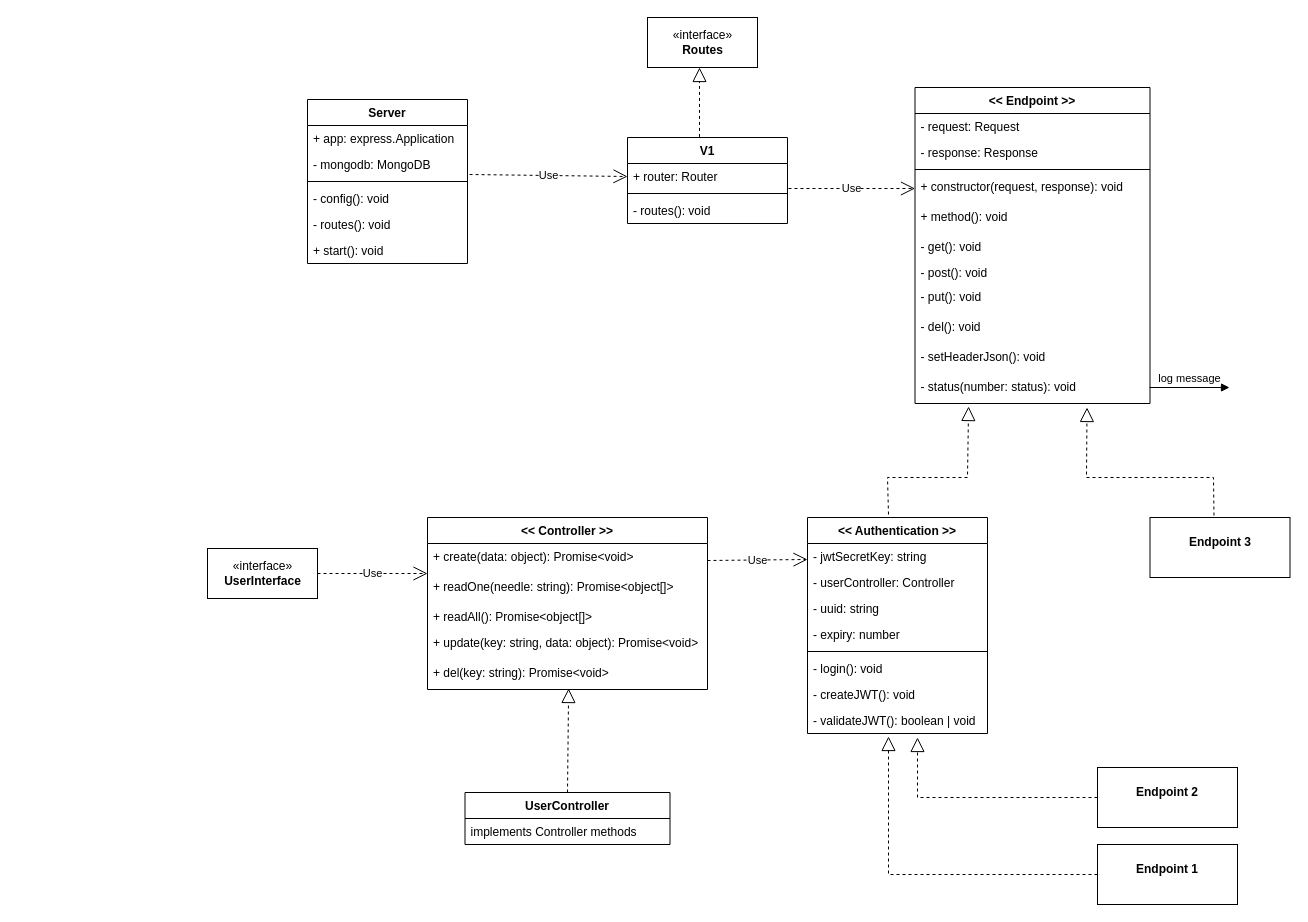
Earlier version of the draw.io diagram docs/endpoints.drawio (syr0s/tubester-restful-api). Source tidied: cells renumbered, new cells numbered last; positions are measured from the earlier drawing's top-left corner, leaving out a move shared by most shapes. Both pictures are drawn from the tidied source at 100%, with x=0, y=0 at pixel (207, 17).
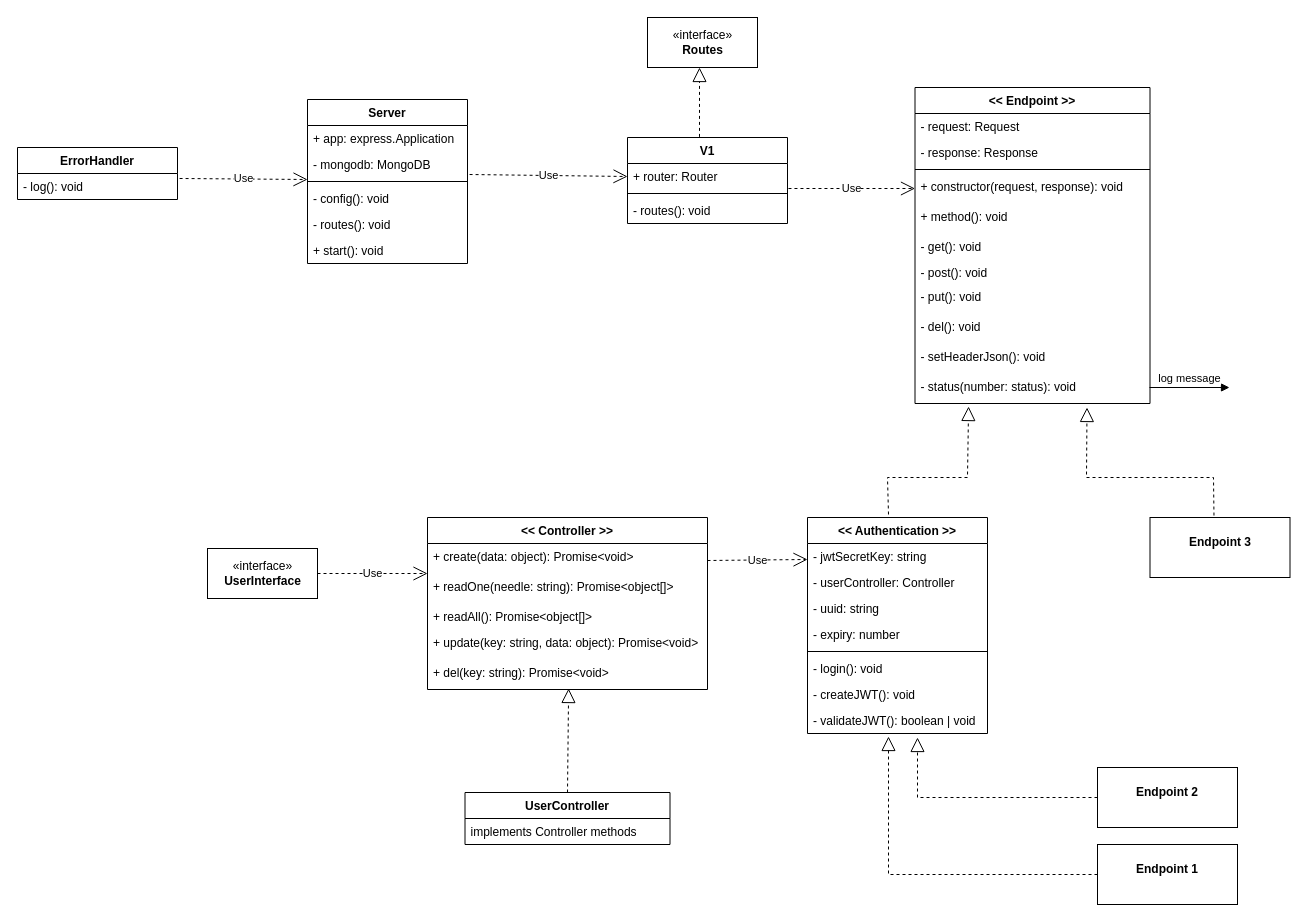
Above is the later version.

The change refers to these unchanged cells:
```xml
<mxCell id="53" style="line;strokeWidth=1;fillColor=none;align=left;verticalAlign=middle;spacingTop=-1;spacingLeft=3;spacingRight=3;labelPosition=right;points=[];portConstraint=eastwest;" parent="50" vertex="1">
  <mxGeometry y="78" width="160" height="8" as="geometry" />
</mxCell>
```

Diff of the diagram source:
```diff
@@
+    <mxCell id="58" value="ErrorHandler" style="swimlane;fontStyle=1;align=center;verticalAlign=top;horizontal=1;startSize=26;" parent="1" vertex="1">
+      <mxGeometry x="-190" y="130" width="160" height="52" as="geometry" />
+    </mxCell>
+    <mxCell id="59" value="- log(): void" style="text;strokeColor=none;fillColor=none;align=left;verticalAlign=top;spacingLeft=4;spacingRight=4;overflow=hidden;points=[[0,0.5],[1,0.5]];portConstraint=eastwest;" parent="58" vertex="1">
+      <mxGeometry y="26" width="160" height="26" as="geometry" />
+    </mxCell>
+    <mxCell id="60" value="Use" style="endArrow=open;endSize=12;dashed=1;html=1;rounded=0;exitX=1.013;exitY=0.192;exitDx=0;exitDy=0;exitPerimeter=0;entryX=0;entryY=0.25;entryDx=0;entryDy=0;entryPerimeter=0;" parent="1" edge="1" source="59" target="53">
+      <mxGeometry relative="1" as="geometry" />
+    </mxCell>
```
